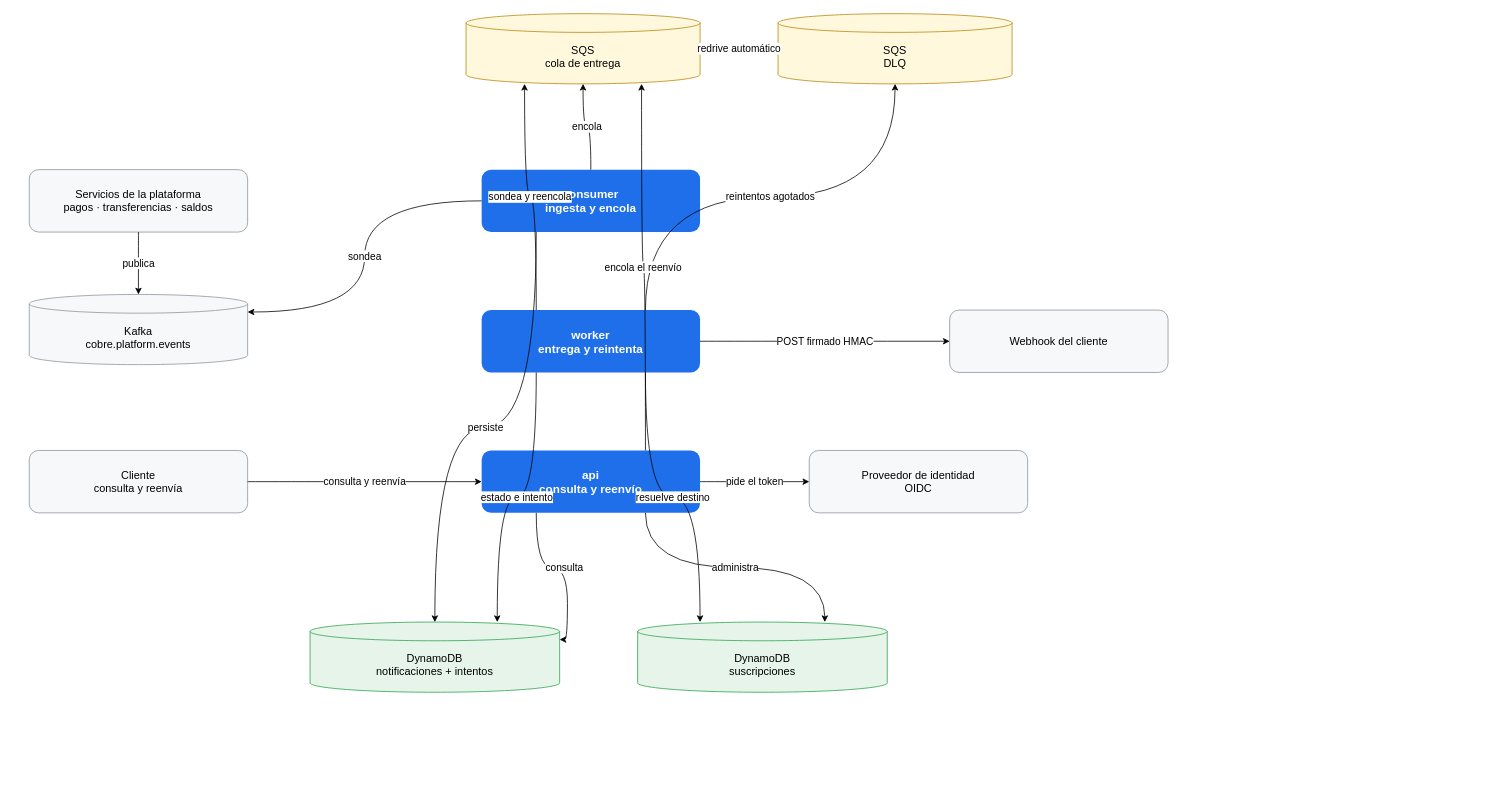
Earlier version of the draw.io diagram docs/img/arquitectura.drawio (ssalaza7/cobre-notification-delivery). Source tidied: cells renumbered, new cells numbered last; positions are measured from the earlier drawing's top-left corner, leaving out a move shared by most shapes. Both pictures are drawn from the tidied source at 78%, with x=0, y=0 at pixel (29, 13).
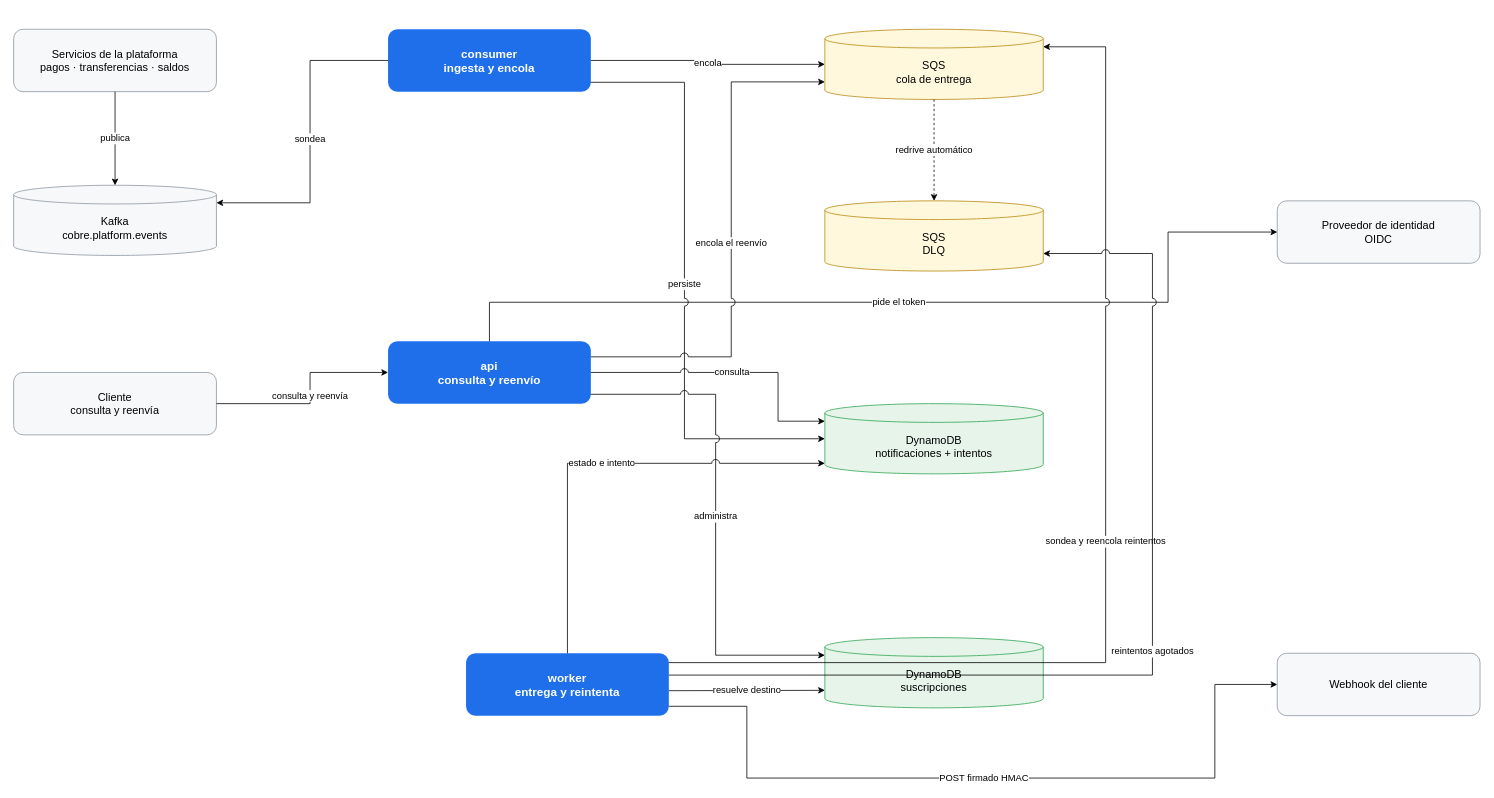
Above is the later version.

Commit message:
docs: el diagrama editable vuelve al trazado que no se pisa

Se recupera la version 1d1d93a. Cada origen tiene su carril vertical, cada
destino su altura de entrada, y donde dos lineas se cruzan una salta sobre la
otra con un arco en vez de superponerse.

Lo que vino despues -recta, dos columnas, curva- perdia esa propiedad: los
trazos volvian a solaparse y dejaba de distinguirse cual era cual.

Diff of the diagram source:
```diff
@@
-    <mxCell id="2" value="SQS&#10;cola de entrega" style="shape=cylinder3;boundedLbl=1;backgroundOutline=1;size=12;whiteSpace=wrap;html=1;fillColor=#fff8dc;strokeColor=#b8860b;fontSize=14;" parent="1" vertex="1">
-      <mxGeometry x="560" width="300" height="90" as="geometry" />
-    </mxCell>
-    <mxCell id="3" value="SQS&#10;DLQ" style="shape=cylinder3;boundedLbl=1;backgroundOutline=1;size=12;whiteSpace=wrap;html=1;fillColor=#fff8dc;strokeColor=#b8860b;fontSize=14;" parent="1" vertex="1">
-      <mxGeometry x="960" width="300" height="90" as="geometry" />
-    </mxCell>
     <mxCell id="4" value="Servicios de la plataforma&#10;pagos · transferencias · saldos" style="rounded=1;whiteSpace=wrap;html=1;fillColor=#f6f8fa;strokeColor=#8c959f;fontSize=14;" parent="1" vertex="1">
-      <mxGeometry y="200" width="280" height="80" as="geometry" />
+      <mxGeometry x="-20" y="20" width="260" height="80" as="geometry" />
     </mxCell>
     <mxCell id="5" value="Kafka&#10;cobre.platform.events" style="shape=cylinder3;boundedLbl=1;backgroundOutline=1;size=12;whiteSpace=wrap;html=1;fillColor=#f6f8fa;strokeColor=#8c959f;fontSize=14;" parent="1" vertex="1">
-      <mxGeometry y="360" width="280" height="90" as="geometry" />
+      <mxGeometry x="-20" y="220" width="260" height="90" as="geometry" />
     </mxCell>
     <mxCell id="6" value="Cliente&#10;consulta y reenvía" style="rounded=1;whiteSpace=wrap;html=1;fillColor=#f6f8fa;strokeColor=#8c959f;fontSize=14;" parent="1" vertex="1">
-      <mxGeometry y="560" width="280" height="80" as="geometry" />
+      <mxGeometry x="-20" y="460" width="260" height="80" as="geometry" />
     </mxCell>
     <mxCell id="7" value="consumer&#10;ingesta y encola" style="rounded=1;whiteSpace=wrap;html=1;fillColor=#1f6feb;strokeColor=none;fontColor=#ffffff;fontSize=15;fontStyle=1;" parent="1" vertex="1">
-      <mxGeometry x="580" y="200" width="280" height="80" as="geometry" />
+      <mxGeometry x="460" y="20" width="260" height="80" as="geometry" />
     </mxCell>
+    <mxCell id="9" value="api&#10;consulta y reenvío" style="rounded=1;whiteSpace=wrap;html=1;fillColor=#1f6feb;strokeColor=none;fontColor=#ffffff;fontSize=15;fontStyle=1;" parent="1" vertex="1">
+      <mxGeometry x="460" y="420" width="260" height="80" as="geometry" />
+    </mxCell>
     <mxCell id="8" value="worker&#10;entrega y reintenta" style="rounded=1;whiteSpace=wrap;html=1;fillColor=#1f6feb;strokeColor=none;fontColor=#ffffff;fontSize=15;fontStyle=1;" parent="1" vertex="1">
-      <mxGeometry x="580" y="380" width="280" height="80" as="geometry" />
+      <mxGeometry x="560" y="820" width="260" height="80" as="geometry" />
     </mxCell>
-    <mxCell id="9" value="api&#10;consulta y reenvío" style="rounded=1;whiteSpace=wrap;html=1;fillColor=#1f6feb;strokeColor=none;fontColor=#ffffff;fontSize=15;fontStyle=1;" parent="1" vertex="1">
-      <mxGeometry x="580" y="560" width="280" height="80" as="geometry" />
-    </mxCell>
-    <mxCell id="10" value="Webhook del cliente" style="rounded=1;whiteSpace=wrap;html=1;fillColor=#f6f8fa;strokeColor=#8c959f;fontSize=14;" parent="1" vertex="1">
-      <mxGeometry x="1180" y="380" width="280" height="80" as="geometry" />
-    </mxCell>
-    <mxCell id="11" value="Proveedor de identidad&#10;OIDC" style="rounded=1;whiteSpace=wrap;html=1;fillColor=#f6f8fa;strokeColor=#8c959f;fontSize=14;" parent="1" vertex="1">
-      <mxGeometry x="1000" y="560" width="280" height="80" as="geometry" />
-    </mxCell>
+    <mxCell id="2" value="SQS&#10;cola de entrega" style="shape=cylinder3;boundedLbl=1;backgroundOutline=1;size=12;whiteSpace=wrap;html=1;fillColor=#fff8dc;strokeColor=#b8860b;fontSize=14;" parent="1" vertex="1">
+      <mxGeometry x="1020" y="20" width="280" height="90" as="geometry" />
+    </mxCell>
+    <mxCell id="3" value="SQS&#10;DLQ" style="shape=cylinder3;boundedLbl=1;backgroundOutline=1;size=12;whiteSpace=wrap;html=1;fillColor=#fff8dc;strokeColor=#b8860b;fontSize=14;" parent="1" vertex="1">
+      <mxGeometry x="1020" y="240" width="280" height="90" as="geometry" />
+    </mxCell>
     <mxCell id="12" value="DynamoDB&#10;notificaciones + intentos" style="shape=cylinder3;boundedLbl=1;backgroundOutline=1;size=12;whiteSpace=wrap;html=1;fillColor=#e6f4ea;strokeColor=#2da44e;fontSize=14;" parent="1" vertex="1">
-      <mxGeometry x="360" y="780" width="320" height="90" as="geometry" />
+      <mxGeometry x="1020" y="500" width="280" height="90" as="geometry" />
     </mxCell>
     <mxCell id="13" value="DynamoDB&#10;suscripciones" style="shape=cylinder3;boundedLbl=1;backgroundOutline=1;size=12;whiteSpace=wrap;html=1;fillColor=#e6f4ea;strokeColor=#2da44e;fontSize=14;" parent="1" vertex="1">
-      <mxGeometry x="780" y="780" width="320" height="90" as="geometry" />
+      <mxGeometry x="1020" y="800" width="280" height="90" as="geometry" />
     </mxCell>
+    <mxCell id="11" value="Proveedor de identidad&#10;OIDC" style="rounded=1;whiteSpace=wrap;html=1;fillColor=#f6f8fa;strokeColor=#8c959f;fontSize=14;" parent="1" vertex="1">
+      <mxGeometry x="1600" y="240" width="260" height="80" as="geometry" />
+    </mxCell>
+    <mxCell id="10" value="Webhook del cliente" style="rounded=1;whiteSpace=wrap;html=1;fillColor=#f6f8fa;strokeColor=#8c959f;fontSize=14;" parent="1" vertex="1">
+      <mxGeometry x="1600" y="820" width="260" height="80" as="geometry" />
+    </mxCell>
-    <mxCell id="14" value="publica" style="edgeStyle=orthogonalEdgeStyle;curved=1;html=1;fontSize=13;exitX=0.5;exitY=1;exitDx=0;exitDy=0;entryX=0.5;entryY=0;entryDx=0;entryDy=0;" parent="1" edge="1" source="4" target="5">
+    <mxCell id="14" value="publica" style="edgeStyle=orthogonalEdgeStyle;rounded=0;html=1;fontSize=12;jumpStyle=arc;jumpSize=10;exitX=0.5;exitY=1;exitDx=0;exitDy=0;entryX=0.5;entryY=0;entryDx=0;entryDy=0;" parent="1" edge="1" source="4" target="5">
       <mxGeometry relative="1" as="geometry" />
     </mxCell>
-    <mxCell id="15" value="sondea" style="edgeStyle=orthogonalEdgeStyle;curved=1;html=1;fontSize=13;exitX=0;exitY=0.5;exitDx=0;exitDy=0;entryX=1;entryY=0.25;entryDx=0;entryDy=0;" parent="1" edge="1" source="7" target="5">
-      <mxGeometry relative="1" as="geometry" />
+    <mxCell id="15" value="sondea" style="edgeStyle=orthogonalEdgeStyle;rounded=0;html=1;fontSize=12;jumpStyle=arc;jumpSize=10;exitX=0;exitY=0.5;exitDx=0;exitDy=0;entryX=1;entryY=0.25;entryDx=0;entryDy=0;" parent="1" edge="1" source="7" target="5">
+      <mxGeometry relative="1" as="geometry">
+        <Array as="points">
+          <mxPoint x="360" y="60" />
+          <mxPoint x="360" y="242" />
+        </Array>
+      </mxGeometry>
     </mxCell>
-    <mxCell id="16" value="encola" style="edgeStyle=orthogonalEdgeStyle;curved=1;html=1;fontSize=13;exitX=0.5;exitY=0;exitDx=0;exitDy=0;entryX=0.5;entryY=1;entryDx=0;entryDy=0;" parent="1" edge="1" source="7" target="2">
-      <mxGeometry relative="1" as="geometry" />
+    <mxCell id="16" value="consulta y reenvía" style="edgeStyle=orthogonalEdgeStyle;rounded=0;html=1;fontSize=12;jumpStyle=arc;jumpSize=10;exitX=1;exitY=0.5;exitDx=0;exitDy=0;entryX=0;entryY=0.5;entryDx=0;entryDy=0;" parent="1" edge="1" source="6" target="9">
+      <mxGeometry relative="1" as="geometry">
+        <Array as="points">
+          <mxPoint x="360" y="500" />
+          <mxPoint x="360" y="460" />
+        </Array>
+      </mxGeometry>
     </mxCell>
-    <mxCell id="17" value="sondea y reencola" style="edgeStyle=orthogonalEdgeStyle;curved=1;html=1;fontSize=13;exitX=0.25;exitY=0;exitDx=0;exitDy=0;entryX=0.25;entryY=1;entryDx=0;entryDy=0;" parent="1" edge="1" source="8" target="2">
-      <mxGeometry relative="1" as="geometry" />
+    <mxCell id="17" value="pide el token" style="edgeStyle=orthogonalEdgeStyle;rounded=0;html=1;fontSize=12;jumpStyle=arc;jumpSize=10;exitX=0.5;exitY=0;exitDx=0;exitDy=0;entryX=0;entryY=0.5;entryDx=0;entryDy=0;" parent="1" edge="1" source="9" target="11">
+      <mxGeometry relative="1" as="geometry">
+        <Array as="points">
+          <mxPoint x="590" y="370" />
+          <mxPoint x="1460" y="370" />
+          <mxPoint x="1460" y="280" />
+        </Array>
+      </mxGeometry>
     </mxCell>
-    <mxCell id="18" value="reintentos agotados" style="edgeStyle=orthogonalEdgeStyle;curved=1;html=1;fontSize=13;exitX=0.75;exitY=0;exitDx=0;exitDy=0;entryX=0.5;entryY=1;entryDx=0;entryDy=0;" parent="1" edge="1" source="8" target="3">
-      <mxGeometry relative="1" as="geometry" />
+    <mxCell id="18" value="POST firmado HMAC" style="edgeStyle=orthogonalEdgeStyle;rounded=0;html=1;fontSize=12;jumpStyle=arc;jumpSize=10;exitX=1;exitY=0.85;exitDx=0;exitDy=0;entryX=0;entryY=0.5;entryDx=0;entryDy=0;" parent="1" edge="1" source="8" target="10">
+      <mxGeometry relative="1" as="geometry">
+        <Array as="points">
+          <mxPoint x="920" y="888" />
+          <mxPoint x="920" y="980" />
+          <mxPoint x="1520" y="980" />
+          <mxPoint x="1520" y="860" />
+        </Array>
+      </mxGeometry>
     </mxCell>
-    <mxCell id="19" value="redrive automático" style="edgeStyle=orthogonalEdgeStyle;curved=1;html=1;fontSize=13;dashed=1;exitX=1;exitY=0.5;exitDx=0;exitDy=0;entryX=0;entryY=0.5;entryDx=0;entryDy=0;" parent="1" edge="1" source="2" target="3">
+    <mxCell id="19" value="encola" style="edgeStyle=orthogonalEdgeStyle;rounded=0;html=1;fontSize=12;jumpStyle=arc;jumpSize=10;exitX=1;exitY=0.5;exitDx=0;exitDy=0;entryX=0;entryY=0.5;entryDx=0;entryDy=0;" parent="1" edge="1" source="7" target="2">
       <mxGeometry relative="1" as="geometry" />
     </mxCell>
-    <mxCell id="20" value="POST firmado HMAC" style="edgeStyle=orthogonalEdgeStyle;curved=1;html=1;fontSize=13;exitX=1;exitY=0.5;exitDx=0;exitDy=0;entryX=0;entryY=0.5;entryDx=0;entryDy=0;" parent="1" edge="1" source="8" target="10">
-      <mxGeometry relative="1" as="geometry" />
+    <mxCell id="20" value="persiste" style="edgeStyle=orthogonalEdgeStyle;rounded=0;html=1;fontSize=12;jumpStyle=arc;jumpSize=10;exitX=1;exitY=0.85;exitDx=0;exitDy=0;entryX=0;entryY=0.5;entryDx=0;entryDy=0;" parent="1" edge="1" source="7" target="12">
+      <mxGeometry relative="1" as="geometry">
+        <Array as="points">
+          <mxPoint x="840" y="88" />
+          <mxPoint x="840" y="545" />
+        </Array>
+      </mxGeometry>
     </mxCell>
-    <mxCell id="21" value="consulta y reenvía" style="edgeStyle=orthogonalEdgeStyle;curved=1;html=1;fontSize=13;exitX=1;exitY=0.5;exitDx=0;exitDy=0;entryX=0;entryY=0.5;entryDx=0;entryDy=0;" parent="1" edge="1" source="6" target="9">
-      <mxGeometry relative="1" as="geometry" />
+    <mxCell id="21" value="encola el reenvío" style="edgeStyle=orthogonalEdgeStyle;rounded=0;html=1;fontSize=12;jumpStyle=arc;jumpSize=10;exitX=1;exitY=0.25;exitDx=0;exitDy=0;entryX=0;entryY=0.75;entryDx=0;entryDy=0;" parent="1" edge="1" source="9" target="2">
+      <mxGeometry relative="1" as="geometry">
+        <Array as="points">
+          <mxPoint x="900" y="440" />
+          <mxPoint x="900" y="88" />
+        </Array>
+      </mxGeometry>
     </mxCell>
-    <mxCell id="22" value="pide el token" style="edgeStyle=orthogonalEdgeStyle;curved=1;html=1;fontSize=13;exitX=1;exitY=0.5;exitDx=0;exitDy=0;entryX=0;entryY=0.5;entryDx=0;entryDy=0;" parent="1" edge="1" source="9" target="11">
-      <mxGeometry relative="1" as="geometry" />
+    <mxCell id="22" value="consulta" style="edgeStyle=orthogonalEdgeStyle;rounded=0;html=1;fontSize=12;jumpStyle=arc;jumpSize=10;exitX=1;exitY=0.5;exitDx=0;exitDy=0;entryX=0;entryY=0.25;entryDx=0;entryDy=0;" parent="1" edge="1" source="9" target="12">
+      <mxGeometry relative="1" as="geometry">
+        <Array as="points">
+          <mxPoint x="960" y="460" />
+          <mxPoint x="960" y="523" />
+        </Array>
+      </mxGeometry>
     </mxCell>
-    <mxCell id="23" value="encola el reenvío" style="edgeStyle=orthogonalEdgeStyle;curved=1;html=1;fontSize=13;exitX=0.75;exitY=0;exitDx=0;exitDy=0;entryX=0.75;entryY=1;entryDx=0;entryDy=0;" parent="1" edge="1" source="9" target="2">
-      <mxGeometry relative="1" as="geometry" />
+    <mxCell id="23" value="administra" style="edgeStyle=orthogonalEdgeStyle;rounded=0;html=1;fontSize=12;jumpStyle=arc;jumpSize=10;exitX=1;exitY=0.85;exitDx=0;exitDy=0;entryX=0;entryY=0.25;entryDx=0;entryDy=0;" parent="1" edge="1" source="9" target="13">
+      <mxGeometry relative="1" as="geometry">
+        <Array as="points">
+          <mxPoint x="880" y="488" />
+          <mxPoint x="880" y="823" />
+        </Array>
+      </mxGeometry>
     </mxCell>
-    <mxCell id="24" value="persiste" style="edgeStyle=orthogonalEdgeStyle;curved=1;html=1;fontSize=13;exitX=0.25;exitY=1;exitDx=0;exitDy=0;entryX=0.5;entryY=0;entryDx=0;entryDy=0;" parent="1" edge="1" source="7" target="12">
-      <mxGeometry relative="1" as="geometry" />
+    <mxCell id="24" value="sondea y reencola reintentos" style="edgeStyle=orthogonalEdgeStyle;rounded=0;html=1;fontSize=12;jumpStyle=arc;jumpSize=10;exitX=1;exitY=0.15;exitDx=0;exitDy=0;entryX=1;entryY=0.25;entryDx=0;entryDy=0;" parent="1" edge="1" source="8" target="2">
+      <mxGeometry relative="1" as="geometry">
+        <Array as="points">
+          <mxPoint x="1380" y="832" />
+          <mxPoint x="1380" y="43" />
+        </Array>
+      </mxGeometry>
     </mxCell>
-    <mxCell id="25" value="estado e intento" style="edgeStyle=orthogonalEdgeStyle;curved=1;html=1;fontSize=13;exitX=0.25;exitY=1;exitDx=0;exitDy=0;entryX=0.75;entryY=0;entryDx=0;entryDy=0;" parent="1" edge="1" source="8" target="12">
-      <mxGeometry relative="1" as="geometry" />
+    <mxCell id="25" value="reintentos agotados" style="edgeStyle=orthogonalEdgeStyle;rounded=0;html=1;fontSize=12;jumpStyle=arc;jumpSize=10;exitX=1;exitY=0.35;exitDx=0;exitDy=0;entryX=1;entryY=0.75;entryDx=0;entryDy=0;" parent="1" edge="1" source="8" target="3">
+      <mxGeometry relative="1" as="geometry">
+        <Array as="points">
+          <mxPoint x="1440" y="848" />
+          <mxPoint x="1440" y="308" />
+        </Array>
+      </mxGeometry>
     </mxCell>
-    <mxCell id="26" value="consulta" style="edgeStyle=orthogonalEdgeStyle;curved=1;html=1;fontSize=13;exitX=0.25;exitY=1;exitDx=0;exitDy=0;entryX=1;entryY=0.25;entryDx=0;entryDy=0;" parent="1" edge="1" source="9" target="12">
-      <mxGeometry relative="1" as="geometry" />
+    <mxCell id="26" value="estado e intento" style="edgeStyle=orthogonalEdgeStyle;rounded=0;html=1;fontSize=12;jumpStyle=arc;jumpSize=10;exitX=0.5;exitY=0;exitDx=0;exitDy=0;entryX=0;entryY=0.85;entryDx=0;entryDy=0;" parent="1" edge="1" source="8" target="12">
+      <mxGeometry relative="1" as="geometry">
+        <Array as="points">
+          <mxPoint x="690" y="577" />
+        </Array>
+      </mxGeometry>
     </mxCell>
-    <mxCell id="27" value="resuelve destino" style="edgeStyle=orthogonalEdgeStyle;curved=1;html=1;fontSize=13;exitX=0.75;exitY=1;exitDx=0;exitDy=0;entryX=0.25;entryY=0;entryDx=0;entryDy=0;" parent="1" edge="1" source="8" target="13">
-      <mxGeometry relative="1" as="geometry" />
+    <mxCell id="27" value="resuelve destino" style="edgeStyle=orthogonalEdgeStyle;rounded=0;html=1;fontSize=12;jumpStyle=arc;jumpSize=10;exitX=1;exitY=0.6;exitDx=0;exitDy=0;entryX=0;entryY=0.75;entryDx=0;entryDy=0;" parent="1" edge="1" source="8" target="13">
+      <mxGeometry relative="1" as="geometry">
+        <Array as="points">
+          <mxPoint x="940" y="868" />
+          <mxPoint x="940" y="868" />
+        </Array>
+      </mxGeometry>
     </mxCell>
-    <mxCell id="28" value="administra" style="edgeStyle=orthogonalEdgeStyle;curved=1;html=1;fontSize=13;exitX=0.75;exitY=1;exitDx=0;exitDy=0;entryX=0.75;entryY=0;entryDx=0;entryDy=0;" parent="1" edge="1" source="9" target="13">
+    <mxCell id="28" value="redrive automático" style="edgeStyle=orthogonalEdgeStyle;rounded=0;html=1;fontSize=12;jumpStyle=arc;jumpSize=10;dashed=1;exitX=0.5;exitY=1;exitDx=0;exitDy=0;entryX=0.5;entryY=0;entryDx=0;entryDy=0;" parent="1" edge="1" source="2" target="3">
       <mxGeometry relative="1" as="geometry" />
     </mxCell>
```
